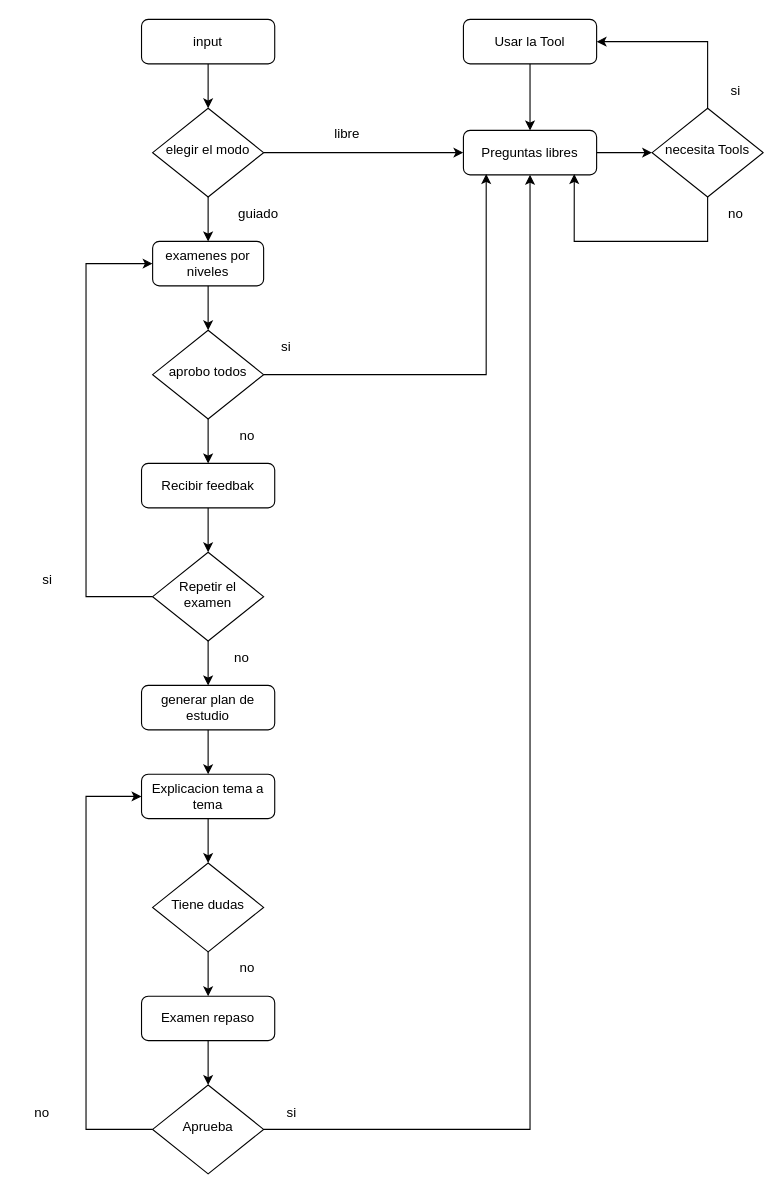
Before: diagrams/flujo del proceso.drawio in josemgoji/custom_agent, a draw.io diagram. Source tidied: cells renumbered, new cells numbered last; positions are measured from the earlier drawing's top-left corner, leaving out a move shared by most shapes. Both pictures are drawn from the tidied source at 111%, with x=0, y=0 at pixel (19, 19).
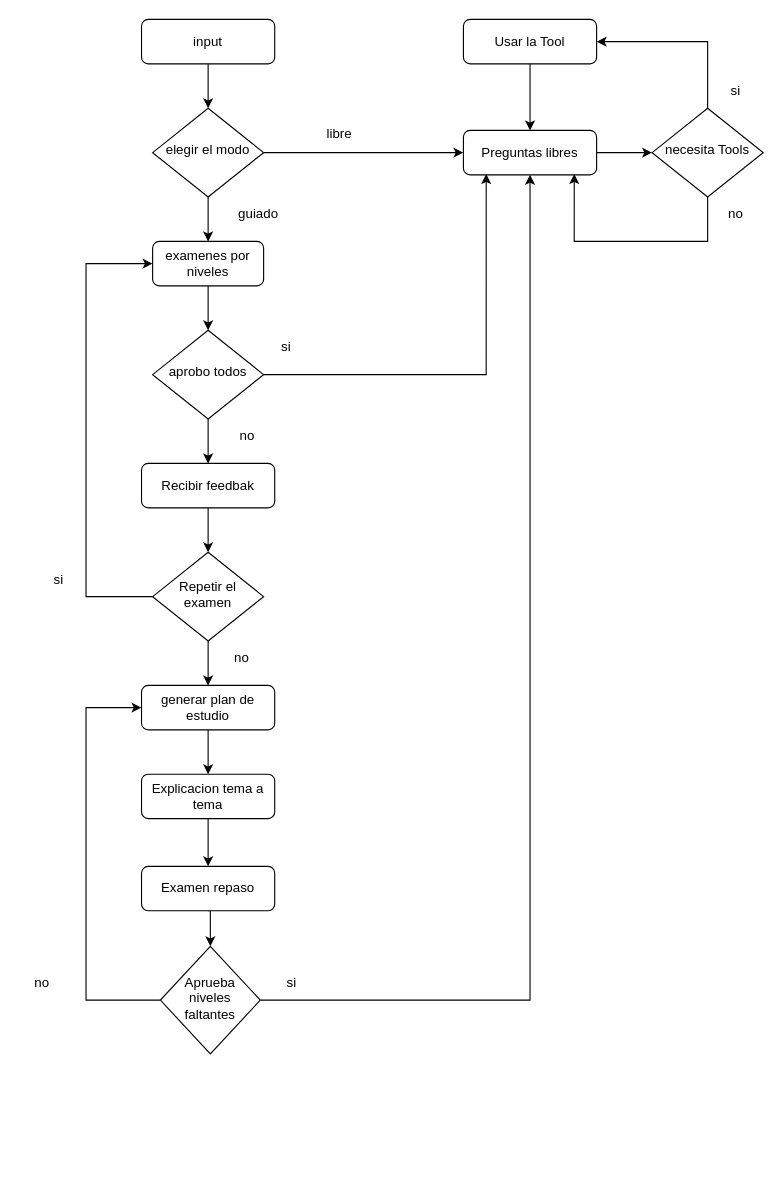
Above is the later version.

Unchanged cells that the change refers to:
```xml
<mxCell id="8" value="Preguntas libres" style="rounded=1;whiteSpace=wrap;html=1;fontSize=12;glass=0;strokeWidth=1;shadow=0;" parent="1" vertex="1">
  <mxGeometry x="400" y="100" width="120" height="40" as="geometry" />
</mxCell>
<mxCell id="20" value="generar plan de estudio" style="rounded=1;whiteSpace=wrap;html=1;fontSize=12;glass=0;strokeWidth=1;shadow=0;" parent="1" vertex="1">
  <mxGeometry x="110" y="600" width="120" height="40" as="geometry" />
</mxCell>
<mxCell id="22" value="Explicacion tema a tema" style="rounded=1;whiteSpace=wrap;html=1;fontSize=12;glass=0;strokeWidth=1;shadow=0;" parent="1" vertex="1">
  <mxGeometry x="110" y="680" width="120" height="40" as="geometry" />
</mxCell>
```

Change to the diagram source:
```diff
@@
-    <mxCell id="21" style="edgeStyle=orthogonalEdgeStyle;rounded=0;jettySize=auto;html=1;exitX=0.5;exitY=1;exitDx=0;exitDy=0;" parent="1" edge="1" source="22" target="24">
-      <mxGeometry relative="1" as="geometry" />
-    </mxCell>
+    <mxCell id="46" style="edgeStyle=none;html=1;exitX=0.5;exitY=1;exitDx=0;exitDy=0;entryX=0.5;entryY=0;entryDx=0;entryDy=0;" parent="1" edge="1" source="22" target="26">
+      <mxGeometry relative="1" as="geometry" />
+    </mxCell>
@@
-    <mxCell id="23" style="edgeStyle=orthogonalEdgeStyle;rounded=0;jettySize=auto;html=1;exitX=0.5;exitY=1;exitDx=0;exitDy=0;entryX=0.5;entryY=0;entryDx=0;entryDy=0;" parent="1" edge="1" source="24" target="26">
-      <mxGeometry relative="1" as="geometry" />
-    </mxCell>
-    <mxCell id="24" value="Tiene dudas" style="rhombus;whiteSpace=wrap;html=1;shadow=0;fontFamily=Helvetica;fontSize=12;align=center;strokeWidth=1;spacing=6;spacingTop=-4;" parent="1" vertex="1">
-      <mxGeometry x="120" y="760" width="100" height="80" as="geometry" />
-    </mxCell>
@@
     <mxCell id="26" value="Examen repaso" style="rounded=1;whiteSpace=wrap;html=1;fontSize=12;glass=0;strokeWidth=1;shadow=0;" parent="1" vertex="1">
-      <mxGeometry x="110" y="880" width="120" height="40" as="geometry" />
+      <mxGeometry x="110" y="763" width="120" height="40" as="geometry" />
     </mxCell>
     <mxCell id="27" style="edgeStyle=orthogonalEdgeStyle;rounded=0;jettySize=auto;html=1;exitX=1;exitY=0.5;exitDx=0;exitDy=0;entryX=0.5;entryY=1;entryDx=0;entryDy=0;" parent="1" edge="1" source="29" target="8">
       <mxGeometry relative="1" as="geometry">
         <Array as="points">
-          <mxPoint x="460" y="1000" />
+          <mxPoint x="460" y="883" />
         </Array>
       </mxGeometry>
     </mxCell>
-    <mxCell id="28" style="edgeStyle=orthogonalEdgeStyle;rounded=0;jettySize=auto;html=1;exitX=0;exitY=0.5;exitDx=0;exitDy=0;entryX=0;entryY=0.5;entryDx=0;entryDy=0;" parent="1" edge="1" source="29" target="22">
+    <mxCell id="28" style="edgeStyle=orthogonalEdgeStyle;rounded=0;jettySize=auto;html=1;exitX=0;exitY=0.5;exitDx=0;exitDy=0;entryX=0;entryY=0.5;entryDx=0;entryDy=0;" parent="1" edge="1" source="29" target="20">
       <mxGeometry relative="1" as="geometry">
         <Array as="points">
-          <mxPoint x="60" y="1000" />
-          <mxPoint x="60" y="700" />
+          <mxPoint x="60" y="883" />
+          <mxPoint x="60" y="620" />
         </Array>
       </mxGeometry>
     </mxCell>
-    <mxCell id="29" value="Aprueba" style="rhombus;whiteSpace=wrap;html=1;shadow=0;fontFamily=Helvetica;fontSize=12;align=center;strokeWidth=1;spacing=6;spacingTop=-4;" parent="1" vertex="1">
-      <mxGeometry x="120" y="960" width="100" height="80" as="geometry" />
+    <mxCell id="29" value="Aprueba niveles faltantes" style="rhombus;whiteSpace=wrap;html=1;shadow=0;fontFamily=Helvetica;fontSize=12;align=center;strokeWidth=1;spacing=6;spacingTop=-4;" parent="1" vertex="1">
+      <mxGeometry x="127" y="835" width="90" height="97" as="geometry" />
     </mxCell>
@@
     <mxCell id="35" value="libre" style="text;html=1;align=center;verticalAlign=middle;strokeColor=none;fillColor=none;" parent="1" vertex="1">
-      <mxGeometry x="270" y="88" width="50" height="30" as="geometry" />
+      <mxGeometry x="263" y="88" width="50" height="30" as="geometry" />
     </mxCell>
@@
     <mxCell id="38" value="si" style="text;html=1;align=center;verticalAlign=middle;strokeColor=none;fillColor=none;" parent="1" vertex="1">
-      <mxGeometry x="10" y="490" width="30" height="30" as="geometry" />
+      <mxGeometry x="20" y="490" width="30" height="30" as="geometry" />
     </mxCell>
@@
-    <mxCell id="41" value="no" style="text;html=1;align=center;verticalAlign=middle;strokeColor=none;fillColor=none;" parent="1" vertex="1">
-      <mxGeometry x="185" y="840" width="40" height="30" as="geometry" />
-    </mxCell>
     <mxCell id="42" value="no" style="text;html=1;align=center;verticalAlign=middle;strokeColor=none;fillColor=none;" parent="1" vertex="1">
-      <mxGeometry y="970" width="40" height="30" as="geometry" />
+      <mxGeometry y="853" width="40" height="30" as="geometry" />
     </mxCell>
     <mxCell id="43" value="si" style="text;html=1;align=center;verticalAlign=middle;strokeColor=none;fillColor=none;" parent="1" vertex="1">
-      <mxGeometry x="230" y="970" width="30" height="30" as="geometry" />
+      <mxGeometry x="230" y="853" width="30" height="30" as="geometry" />
     </mxCell>
```
